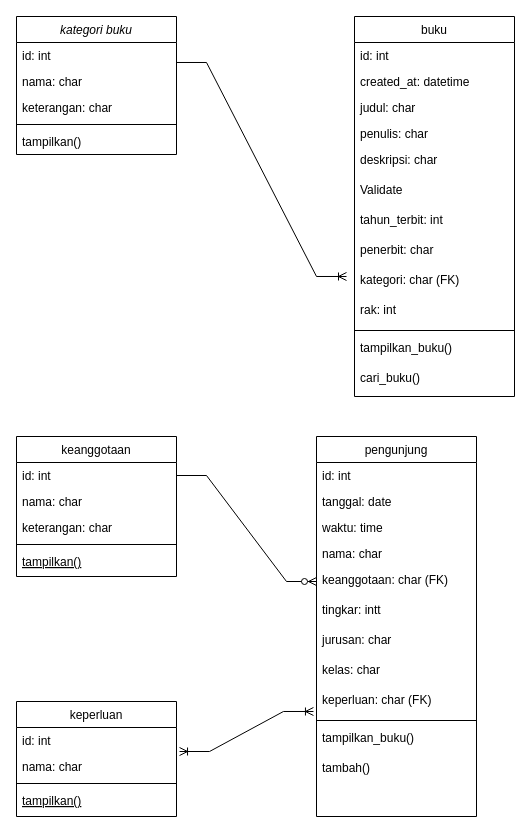
hairul03/class-diagram-perpus-digital keeps this draw.io diagram as use-case-diagram-perpus-digital.drawio. Above is the earlier version. Source tidied: cells renumbered, new cells numbered last; positions are measured from the earlier drawing's top-left corner, leaving out a move shared by most shapes. Both pictures are drawn from the tidied source at 100%, with x=0, y=0 at pixel (16, 16).
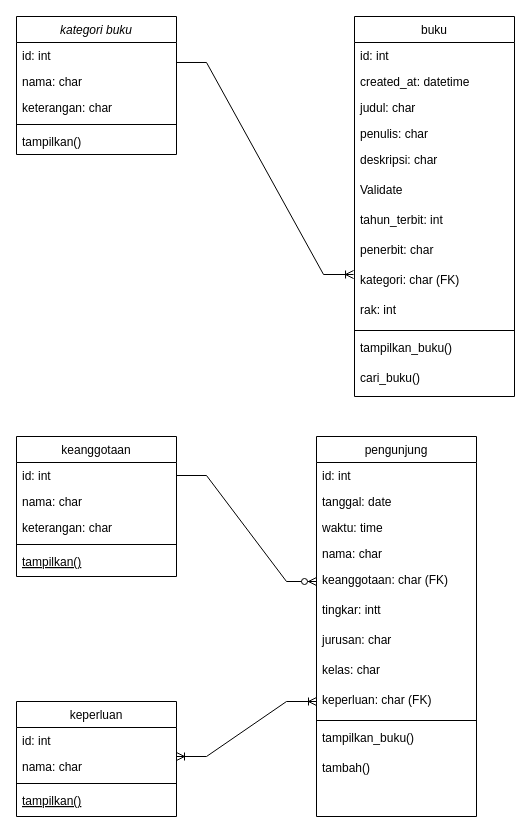
The same diagram, later.

The change refers to these unchanged cells:
```xml
<mxCell id="3" value="id: int" style="text;align=left;verticalAlign=top;spacingLeft=4;spacingRight=4;overflow=hidden;points=[[0,0.5],[1,0.5]];portConstraint=eastwest;" parent="2" vertex="1">
  <mxGeometry y="26" width="160" height="26" as="geometry" />
</mxCell>
<mxCell id="23" value="kategori: char (FK)" style="text;align=left;verticalAlign=top;spacingLeft=4;spacingRight=4;overflow=hidden;points=[[0,0.5],[1,0.5]];portConstraint=eastwest;" parent="14" vertex="1">
  <mxGeometry y="250" width="160" height="30" as="geometry" />
</mxCell>
<mxCell id="37" value="keperluan: char (FK)" style="text;align=left;verticalAlign=top;spacingLeft=4;spacingRight=4;overflow=hidden;points=[[0,0.5],[1,0.5]];portConstraint=eastwest;" parent="28" vertex="1">
  <mxGeometry y="250" width="160" height="30" as="geometry" />
</mxCell>
<mxCell id="42" value="id: int" style="text;align=left;verticalAlign=top;spacingLeft=4;spacingRight=4;overflow=hidden;points=[[0,0.5],[1,0.5]];portConstraint=eastwest;" parent="41" vertex="1">
  <mxGeometry y="26" width="160" height="26" as="geometry" />
</mxCell>
```

Diff of the diagram source:
```diff
@@
-    <mxCell id="46" style="edgeStyle=entityRelationEdgeStyle;fontSize=12;html=1;endArrow=ERoneToMany;rounded=0;entryX=-0.05;entryY=0.333;entryDx=0;entryDy=0;entryPerimeter=0;exitX=1;exitY=0.769;exitDx=0;exitDy=0;exitPerimeter=0;" parent="1" edge="1" source="3" target="23">
+    <mxCell id="46" style="edgeStyle=entityRelationEdgeStyle;fontSize=12;html=1;endArrow=ERoneToMany;rounded=0;entryX=-0.006;entryY=0.267;entryDx=0;entryDy=0;entryPerimeter=0;exitX=1;exitY=0.769;exitDx=0;exitDy=0;exitPerimeter=0;" parent="1" edge="1" source="3" target="23">
       <mxGeometry relative="1" as="geometry">
         <Array as="points">
           <mxPoint x="290" y="260" />
         </Array>
       </mxGeometry>
     </mxCell>
@@
-    <mxCell id="48" style="edgeStyle=entityRelationEdgeStyle;fontSize=12;html=1;endArrow=ERoneToMany;startArrow=ERoneToMany;rounded=0;entryX=-0.019;entryY=0.833;entryDx=0;entryDy=0;entryPerimeter=0;exitX=1.019;exitY=0.923;exitDx=0;exitDy=0;exitPerimeter=0;" parent="1" edge="1" source="42" target="37">
+    <mxCell id="48" style="edgeStyle=entityRelationEdgeStyle;fontSize=12;html=1;endArrow=ERoneToMany;startArrow=ERoneToMany;rounded=0;entryX=0;entryY=0.5;entryDx=0;entryDy=0;" parent="1" edge="1" target="37">
       <mxGeometry relative="1" as="geometry">
+        <mxPoint x="160" y="740" as="sourcePoint" />
         <Array as="points">
           <mxPoint x="213" y="762" />
           <mxPoint x="213" y="762" />
         </Array>
       </mxGeometry>
     </mxCell>
```
